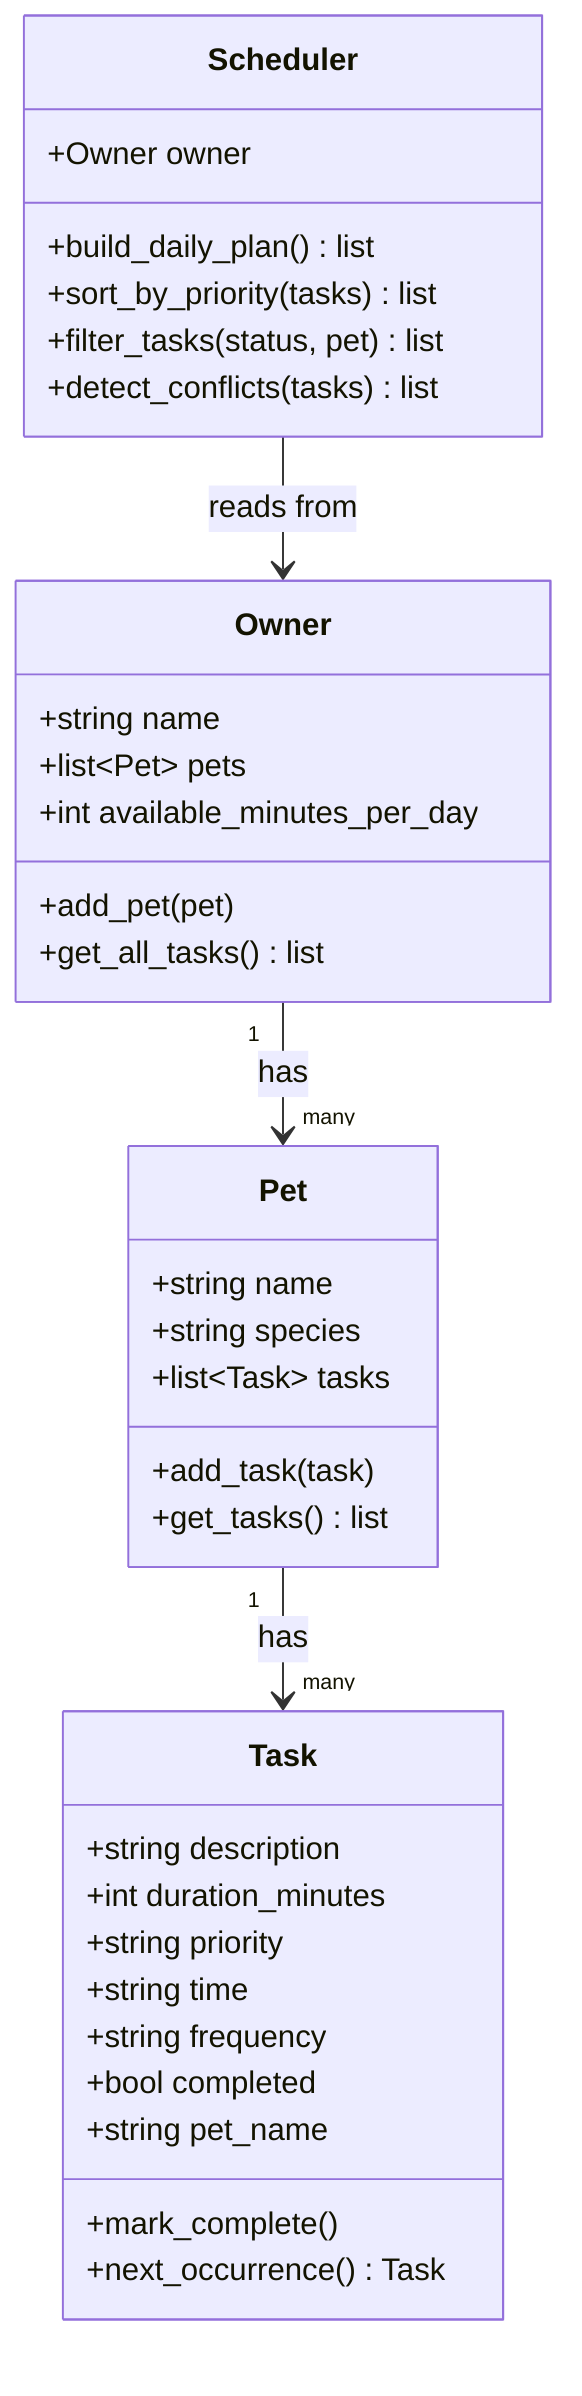
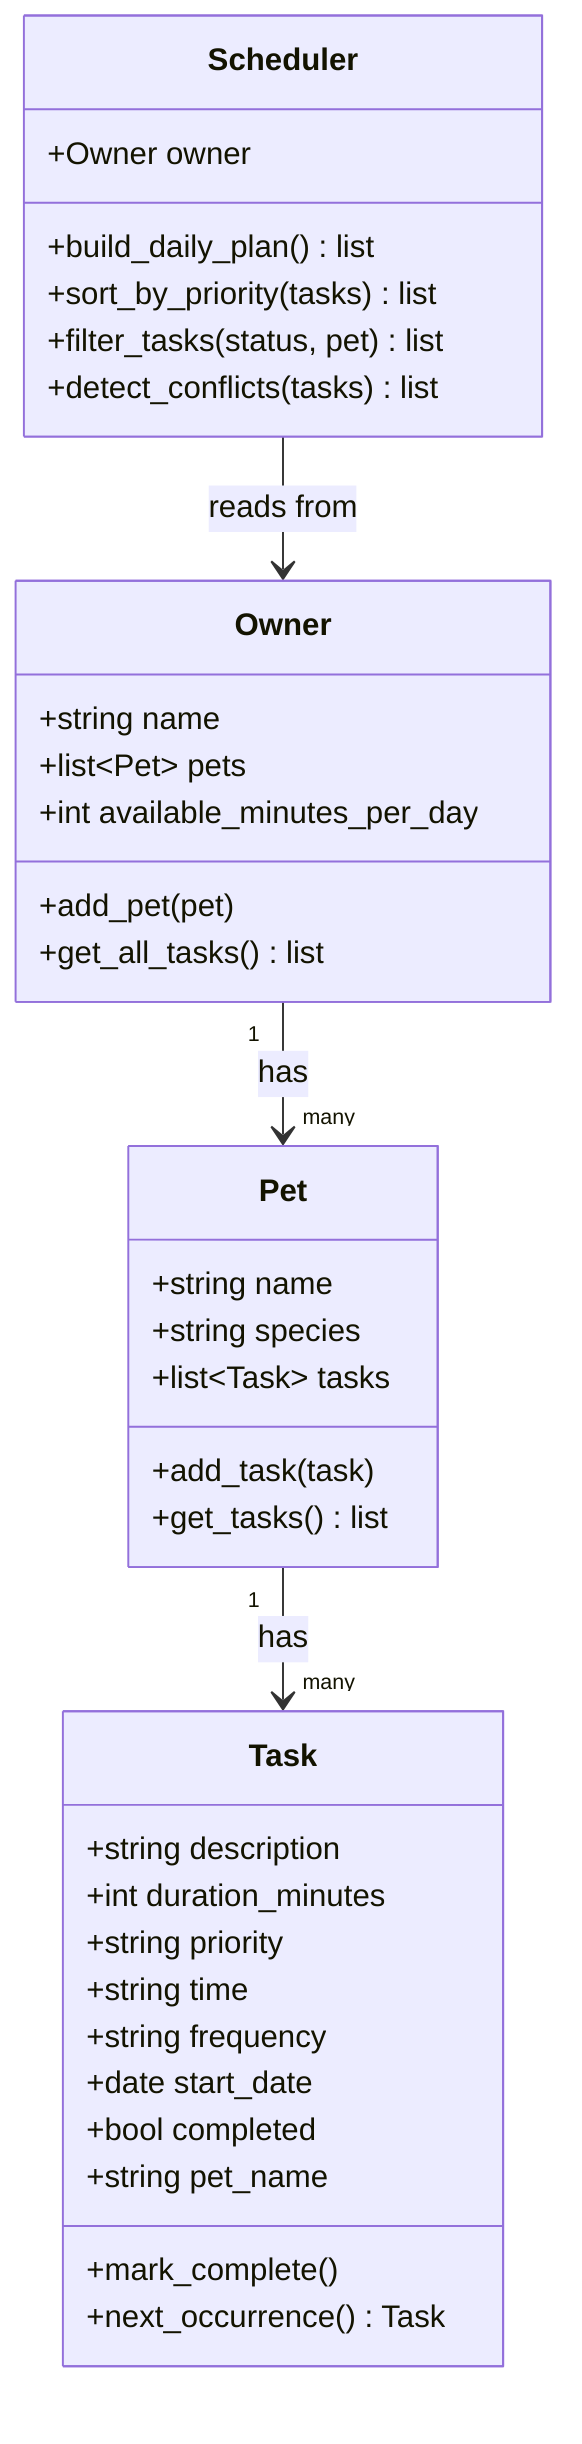
classDiagram
  class Owner {
    +string name
    +list~Pet~ pets
    +int available_minutes_per_day
    +add_pet(pet)
    +get_all_tasks() list
  }
  class Pet {
    +string name
    +string species
    +list~Task~ tasks
    +add_task(task)
    +get_tasks() list
  }
  class Task {
    +string description
    +int duration_minutes
    +string priority
    +string time
    +string frequency
+     +date start_date
    +bool completed
    +string pet_name
    +mark_complete()
    +next_occurrence() Task
  }
  class Scheduler {
    +Owner owner
    +build_daily_plan() list
    +sort_by_priority(tasks) list
    +filter_tasks(status, pet) list
    +detect_conflicts(tasks) list
  }
  Owner "1" --> "many" Pet : has
  Pet "1" --> "many" Task : has
  Scheduler --> Owner : reads from
